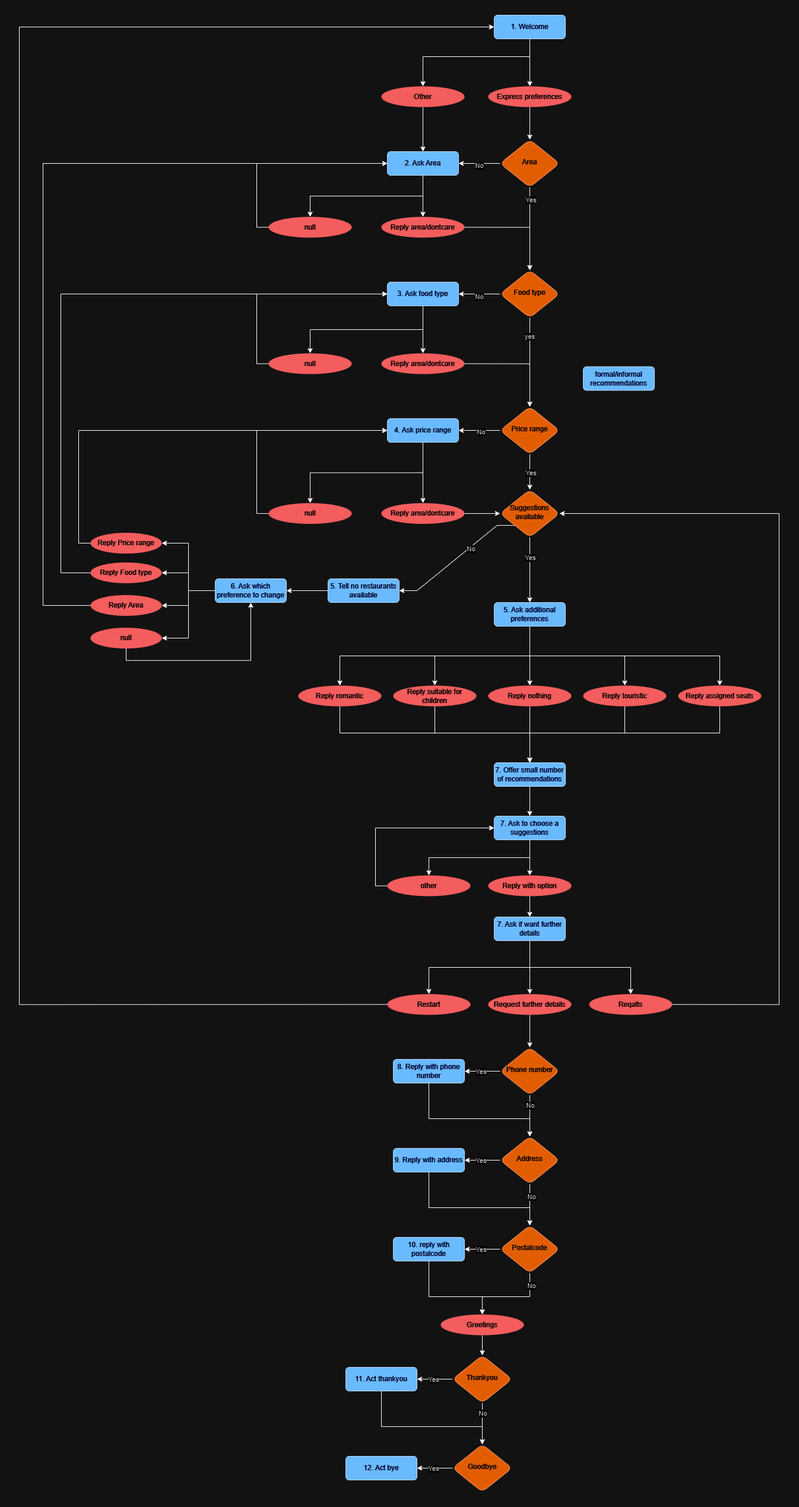
Above: assignment_1c/state_transition_diagram.png in stormjoannes/MAIR_1 (draw.io), before the change. Source tidied: cells renumbered, new cells last; positions are measured from the earlier drawing's top-left corner, leaving out a move shared by most shapes.
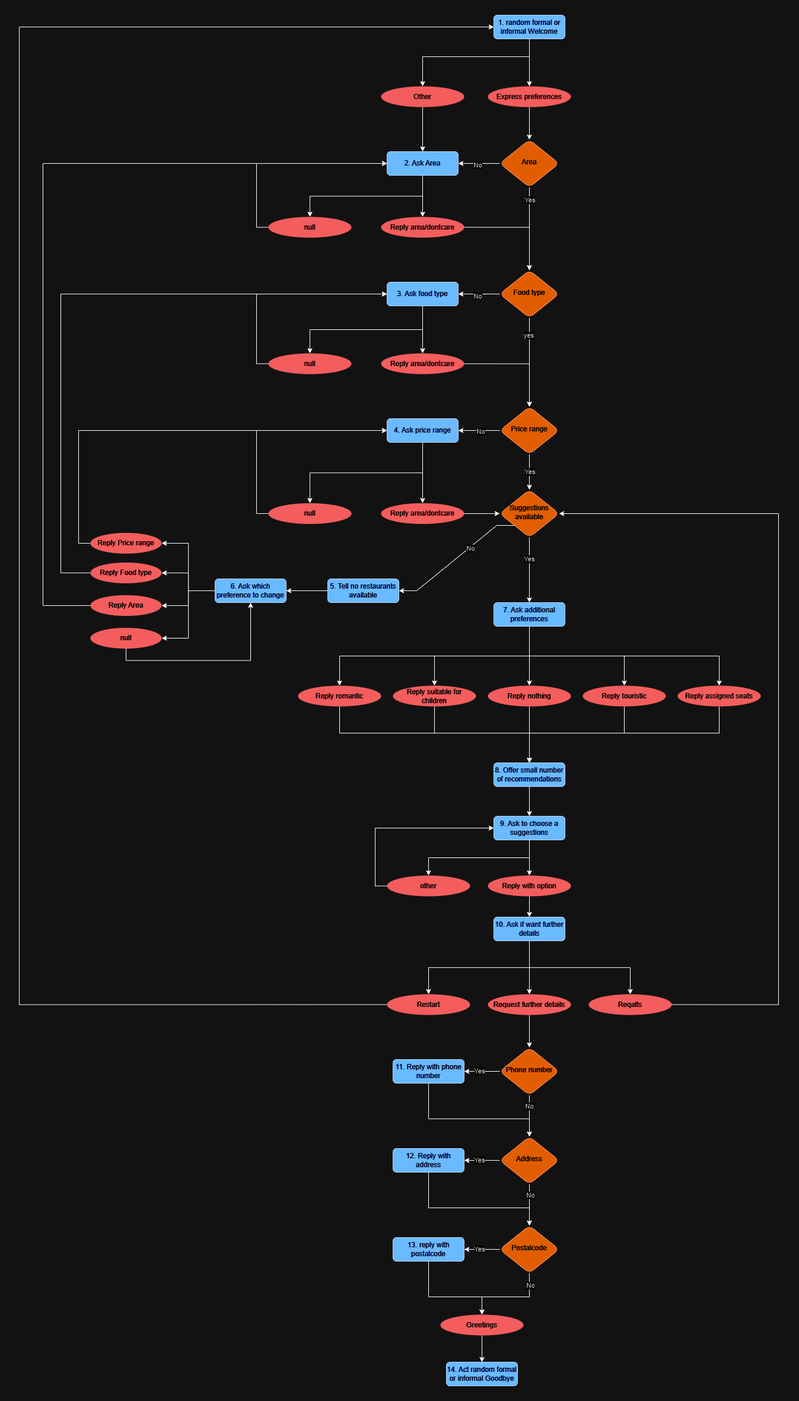
The same diagram one commit later.

What changed in the source:
```diff
@@ -13,7 +13,7 @@
         </Array>
       </mxGeometry>
     </mxCell>
-    <mxCell id="4" value="1. Welcome" style="rounded=1;whiteSpace=wrap;html=1;fontSize=12;glass=0;strokeWidth=1;shadow=0;fillColor=#0050ef;fontColor=#ffffff;strokeColor=#001DBC;" parent="1" vertex="1">
+    <mxCell id="4" value="1. random formal or informal Welcome" style="rounded=1;whiteSpace=wrap;html=1;fontSize=12;glass=0;strokeWidth=1;shadow=0;fillColor=#0050ef;fontColor=#ffffff;strokeColor=#001DBC;" parent="1" vertex="1">
       <mxGeometry x="800" width="120" height="40" as="geometry" />
     </mxCell>
     <mxCell id="5" style="edgeStyle=orthogonalEdgeStyle;rounded=0;jettySize=auto;html=1;exitX=0.5;exitY=1;exitDx=0;exitDy=0;entryX=0.5;entryY=0;entryDx=0;entryDy=0;" parent="1" edge="1" source="9" target="21">
@@ -147,7 +147,7 @@
     <mxCell id="47" style="edgeStyle=orthogonalEdgeStyle;rounded=0;jettySize=auto;html=1;exitX=0.5;exitY=1;exitDx=0;exitDy=0;entryX=0.5;entryY=0;entryDx=0;entryDy=0;" parent="1" edge="1" source="48" target="54">
       <mxGeometry relative="1" as="geometry" />
     </mxCell>
-    <mxCell id="48" value="7. Ask if want further details" style="rounded=1;whiteSpace=wrap;html=1;fontSize=12;glass=0;strokeWidth=1;shadow=0;fillColor=#0050ef;fontColor=#ffffff;strokeColor=#001DBC;" parent="1" vertex="1">
+    <mxCell id="48" value="10. Ask if want further details" style="rounded=1;whiteSpace=wrap;html=1;fontSize=12;glass=0;strokeWidth=1;shadow=0;fillColor=#0050ef;fontColor=#ffffff;strokeColor=#001DBC;" parent="1" vertex="1">
       <mxGeometry x="800" y="1520" width="120" height="40" as="geometry" />
     </mxCell>
     <mxCell id="49" style="edgeStyle=orthogonalEdgeStyle;rounded=0;jettySize=auto;html=1;exitX=0.5;exitY=1;exitDx=0;exitDy=0;entryX=0.5;entryY=0;entryDx=0;entryDy=0;" parent="1" edge="1" source="50" target="59">
@@ -201,7 +201,7 @@
         </Array>
       </mxGeometry>
     </mxCell>
-    <mxCell id="61" value="8. Reply with phone number" style="rounded=1;whiteSpace=wrap;html=1;fontSize=12;glass=0;strokeWidth=1;shadow=0;fillColor=#0050ef;fontColor=#ffffff;strokeColor=#001DBC;" parent="1" vertex="1">
+    <mxCell id="61" value="11. Reply with phone number" style="rounded=1;whiteSpace=wrap;html=1;fontSize=12;glass=0;strokeWidth=1;shadow=0;fillColor=#0050ef;fontColor=#ffffff;strokeColor=#001DBC;" parent="1" vertex="1">
       <mxGeometry x="630" y="1760" width="120" height="40" as="geometry" />
     </mxCell>
     <mxCell id="62" style="edgeStyle=orthogonalEdgeStyle;rounded=0;jettySize=auto;html=1;exitX=0.5;exitY=1;exitDx=0;exitDy=0;entryX=0.5;entryY=0;entryDx=0;entryDy=0;" parent="1" edge="1" source="64" target="71">
@@ -227,7 +227,7 @@
         </Array>
       </mxGeometry>
     </mxCell>
-    <mxCell id="68" value="9. Reply with address" style="rounded=1;whiteSpace=wrap;html=1;fontSize=12;glass=0;strokeWidth=1;shadow=0;fillColor=#0050ef;fontColor=#ffffff;strokeColor=#001DBC;" parent="1" vertex="1">
+    <mxCell id="68" value="12. Reply with address" style="rounded=1;whiteSpace=wrap;html=1;fontSize=12;glass=0;strokeWidth=1;shadow=0;fillColor=#0050ef;fontColor=#ffffff;strokeColor=#001DBC;" parent="1" vertex="1">
       <mxGeometry x="630" y="1910" width="120" height="40" as="geometry" />
     </mxCell>
     <mxCell id="69" style="edgeStyle=orthogonalEdgeStyle;rounded=0;jettySize=auto;html=1;exitX=0.5;exitY=1;exitDx=0;exitDy=0;entryX=0.5;entryY=0;entryDx=0;entryDy=0;" parent="1" edge="1" source="71" target="77">
@@ -258,56 +258,18 @@
         </Array>
       </mxGeometry>
     </mxCell>
-    <mxCell id="75" value="10. reply with postalcode" style="rounded=1;whiteSpace=wrap;html=1;fontSize=12;glass=0;strokeWidth=1;shadow=0;fillColor=#0050ef;fontColor=#ffffff;strokeColor=#001DBC;" parent="1" vertex="1">
+    <mxCell id="75" value="13. reply with postalcode" style="rounded=1;whiteSpace=wrap;html=1;fontSize=12;glass=0;strokeWidth=1;shadow=0;fillColor=#0050ef;fontColor=#ffffff;strokeColor=#001DBC;" parent="1" vertex="1">
       <mxGeometry x="630" y="2060" width="120" height="40" as="geometry" />
     </mxCell>
-    <mxCell id="76" style="edgeStyle=orthogonalEdgeStyle;rounded=0;jettySize=auto;html=1;exitX=0.5;exitY=1;exitDx=0;exitDy=0;entryX=0.5;entryY=0;entryDx=0;entryDy=0;" parent="1" edge="1" source="77" target="82">
+    <mxCell id="76" style="edgeStyle=orthogonalEdgeStyle;rounded=0;jettySize=auto;html=1;exitX=0.5;exitY=1;exitDx=0;exitDy=0;entryX=0.5;entryY=0;entryDx=0;entryDy=0;" parent="1" edge="1" source="77" target="88">
       <mxGeometry relative="1" as="geometry" />
     </mxCell>
     <mxCell id="77" value="&lt;font color=&quot;#ffffff&quot;&gt;Greetings&lt;/font&gt;" style="ellipse;whiteSpace=wrap;html=1;fillColor=#f96262;strokeColor=none;fontColor=#000000;" parent="1" vertex="1">
       <mxGeometry x="710" y="2190" width="140" height="35" as="geometry" />
     </mxCell>
-    <mxCell id="78" style="edgeStyle=orthogonalEdgeStyle;rounded=0;jettySize=auto;html=1;exitX=0;exitY=0.5;exitDx=0;exitDy=0;entryX=1;entryY=0.5;entryDx=0;entryDy=0;" parent="1" edge="1" source="82" target="84">
-      <mxGeometry relative="1" as="geometry" />
-    </mxCell>
-    <mxCell id="79" value="Yes" style="edgeLabel;html=1;align=center;verticalAlign=middle;" parent="78" vertex="1">
-      <mxGeometry x="0.15" y="-1" relative="1" as="geometry" />
-    </mxCell>
-    <mxCell id="80" style="edgeStyle=orthogonalEdgeStyle;rounded=0;jettySize=auto;html=1;exitX=0.5;exitY=1;exitDx=0;exitDy=0;entryX=0.5;entryY=0;entryDx=0;entryDy=0;" parent="1" edge="1" source="82" target="85">
-      <mxGeometry relative="1" as="geometry" />
-    </mxCell>
-    <mxCell id="81" value="No" style="edgeLabel;html=1;align=center;verticalAlign=middle;" parent="80" vertex="1">
-      <mxGeometry x="-0.52" y="-1" relative="1" as="geometry" />
-    </mxCell>
-    <mxCell id="82" value="&lt;font color=&quot;#ffffff&quot;&gt;Thankyou&lt;/font&gt;" style="rhombus;whiteSpace=wrap;html=1;shadow=0;fontFamily=Helvetica;fontSize=12;align=center;strokeWidth=1;spacing=6;spacingTop=-4;fillColor=#fb7718;fontColor=#000000;strokeColor=#C73500;rounded=1;" parent="1" vertex="1">
-      <mxGeometry x="730" y="2259" width="100" height="80" as="geometry" />
-    </mxCell>
-    <mxCell id="83" style="edgeStyle=orthogonalEdgeStyle;rounded=0;jettySize=auto;html=1;exitX=0.5;exitY=1;exitDx=0;exitDy=0;entryX=0.5;entryY=0;entryDx=0;entryDy=0;" parent="1" edge="1" source="84" target="85">
-      <mxGeometry relative="1" as="geometry">
-        <Array as="points">
-          <mxPoint x="610" y="2379" />
-          <mxPoint x="780" y="2379" />
-        </Array>
-      </mxGeometry>
-    </mxCell>
-    <mxCell id="84" value="11. Act thankyou" style="rounded=1;whiteSpace=wrap;html=1;fontSize=12;glass=0;strokeWidth=1;shadow=0;fillColor=#0050ef;fontColor=#ffffff;strokeColor=#001DBC;" parent="1" vertex="1">
-      <mxGeometry x="550" y="2279" width="120" height="40" as="geometry" />
-    </mxCell>
-    <mxCell id="85" value="&lt;font color=&quot;#ffffff&quot;&gt;Goodbye&lt;/font&gt;" style="rhombus;whiteSpace=wrap;html=1;shadow=0;fontFamily=Helvetica;fontSize=12;align=center;strokeWidth=1;spacing=6;spacingTop=-4;fillColor=#fb7718;fontColor=#000000;strokeColor=#C73500;rounded=1;" parent="1" vertex="1">
-      <mxGeometry x="730" y="2409" width="100" height="80" as="geometry" />
-    </mxCell>
-    <mxCell id="86" style="edgeStyle=orthogonalEdgeStyle;rounded=0;jettySize=auto;html=1;entryX=1;entryY=0.5;entryDx=0;entryDy=0;exitX=0;exitY=0.5;exitDx=0;exitDy=0;" parent="1" edge="1" source="85" target="88">
-      <mxGeometry relative="1" as="geometry" />
-    </mxCell>
-    <mxCell id="87" value="Yes" style="edgeLabel;html=1;align=center;verticalAlign=middle;" parent="86" vertex="1">
-      <mxGeometry x="0.15" y="-1" relative="1" as="geometry" />
-    </mxCell>
-    <mxCell id="88" value="12. Act bye" style="rounded=1;whiteSpace=wrap;html=1;fontSize=12;glass=0;strokeWidth=1;shadow=0;fillColor=#0050ef;fontColor=#ffffff;strokeColor=#001DBC;" parent="1" vertex="1">
-      <mxGeometry x="550" y="2429" width="120" height="40" as="geometry" />
+    <mxCell id="88" value="14. Act &lt;span style=&quot;background-color: initial;&quot;&gt;random formal or informal Goodbye&lt;/span&gt;" style="rounded=1;whiteSpace=wrap;html=1;fontSize=12;glass=0;strokeWidth=1;shadow=0;fillColor=#0050ef;fontColor=#ffffff;strokeColor=#001DBC;" parent="1" vertex="1">
+      <mxGeometry x="720" y="2270" width="120" height="40" as="geometry" />
     </mxCell>
-    <mxCell id="89" value="formal/informal recommendations" style="rounded=1;whiteSpace=wrap;html=1;fontSize=12;glass=0;strokeWidth=1;shadow=0;fillColor=#0050ef;fontColor=#ffffff;strokeColor=#001DBC;" parent="1" vertex="1">
-      <mxGeometry x="950" y="592.5" width="120" height="40" as="geometry" />
-    </mxCell>
     <mxCell id="90" style="edgeStyle=orthogonalEdgeStyle;rounded=0;jettySize=auto;html=1;exitX=0.5;exitY=1;exitDx=0;exitDy=0;entryX=0.5;entryY=0;entryDx=0;entryDy=0;" parent="1" edge="1" source="94" target="115">
       <mxGeometry relative="1" as="geometry" />
     </mxCell>
@@ -393,7 +355,7 @@
     <mxCell id="114" style="edgeStyle=orthogonalEdgeStyle;rounded=0;jettySize=auto;html=1;exitX=0.5;exitY=1;exitDx=0;exitDy=0;entryX=0.5;entryY=0;entryDx=0;entryDy=0;" parent="1" edge="1" source="115" target="125">
       <mxGeometry relative="1" as="geometry" />
     </mxCell>
-    <mxCell id="115" value="5. Ask additional preferences" style="rounded=1;whiteSpace=wrap;html=1;fontSize=12;glass=0;strokeWidth=1;shadow=0;fillColor=#0050ef;fontColor=#ffffff;strokeColor=#001DBC;" parent="1" vertex="1">
+    <mxCell id="115" value="7. Ask additional preferences" style="rounded=1;whiteSpace=wrap;html=1;fontSize=12;glass=0;strokeWidth=1;shadow=0;fillColor=#0050ef;fontColor=#ffffff;strokeColor=#001DBC;" parent="1" vertex="1">
       <mxGeometry x="800" y="990" width="120" height="40" as="geometry" />
     </mxCell>
     <mxCell id="116" style="edgeStyle=orthogonalEdgeStyle;rounded=0;jettySize=auto;html=1;exitX=0.5;exitY=1;exitDx=0;exitDy=0;entryX=0.5;entryY=0;entryDx=0;entryDy=0;" parent="1" edge="1" source="117" target="127">
@@ -449,7 +411,7 @@
     <mxCell id="126" style="edgeStyle=orthogonalEdgeStyle;rounded=0;jettySize=auto;html=1;exitX=0.5;exitY=1;exitDx=0;exitDy=0;entryX=0.5;entryY=0;entryDx=0;entryDy=0;" parent="1" edge="1" source="127" target="130">
       <mxGeometry relative="1" as="geometry" />
     </mxCell>
-    <mxCell id="127" value="7. Offer small number of recommendations" style="rounded=1;whiteSpace=wrap;html=1;fontSize=12;glass=0;strokeWidth=1;shadow=0;fillColor=#0050ef;fontColor=#ffffff;strokeColor=#001DBC;" parent="1" vertex="1">
+    <mxCell id="127" value="8. Offer small number of recommendations" style="rounded=1;whiteSpace=wrap;html=1;fontSize=12;glass=0;strokeWidth=1;shadow=0;fillColor=#0050ef;fontColor=#ffffff;strokeColor=#001DBC;" parent="1" vertex="1">
       <mxGeometry x="800" y="1260" width="120" height="40" as="geometry" />
     </mxCell>
     <mxCell id="128" style="edgeStyle=orthogonalEdgeStyle;rounded=0;jettySize=auto;html=1;exitX=0.5;exitY=1;exitDx=0;exitDy=0;entryX=0.5;entryY=0;entryDx=0;entryDy=0;" parent="1" edge="1" source="130" target="134">
@@ -458,7 +420,7 @@
     <mxCell id="129" style="edgeStyle=orthogonalEdgeStyle;rounded=0;jettySize=auto;html=1;exitX=0.5;exitY=1;exitDx=0;exitDy=0;entryX=0.5;entryY=0;entryDx=0;entryDy=0;" parent="1" edge="1" source="130" target="132">
       <mxGeometry relative="1" as="geometry" />
     </mxCell>
-    <mxCell id="130" value="7. Ask to choose a suggestions" style="rounded=1;whiteSpace=wrap;html=1;fontSize=12;glass=0;strokeWidth=1;shadow=0;fillColor=#0050ef;fontColor=#ffffff;strokeColor=#001DBC;" parent="1" vertex="1">
+    <mxCell id="130" value="9. Ask to choose a suggestions" style="rounded=1;whiteSpace=wrap;html=1;fontSize=12;glass=0;strokeWidth=1;shadow=0;fillColor=#0050ef;fontColor=#ffffff;strokeColor=#001DBC;" parent="1" vertex="1">
       <mxGeometry x="800" y="1350" width="120" height="40" as="geometry" />
     </mxCell>
     <mxCell id="131" style="edgeStyle=orthogonalEdgeStyle;rounded=0;jettySize=auto;html=1;exitX=0.5;exitY=1;exitDx=0;exitDy=0;entryX=0.5;entryY=0;entryDx=0;entryDy=0;" parent="1" edge="1" source="132" target="48">
```
